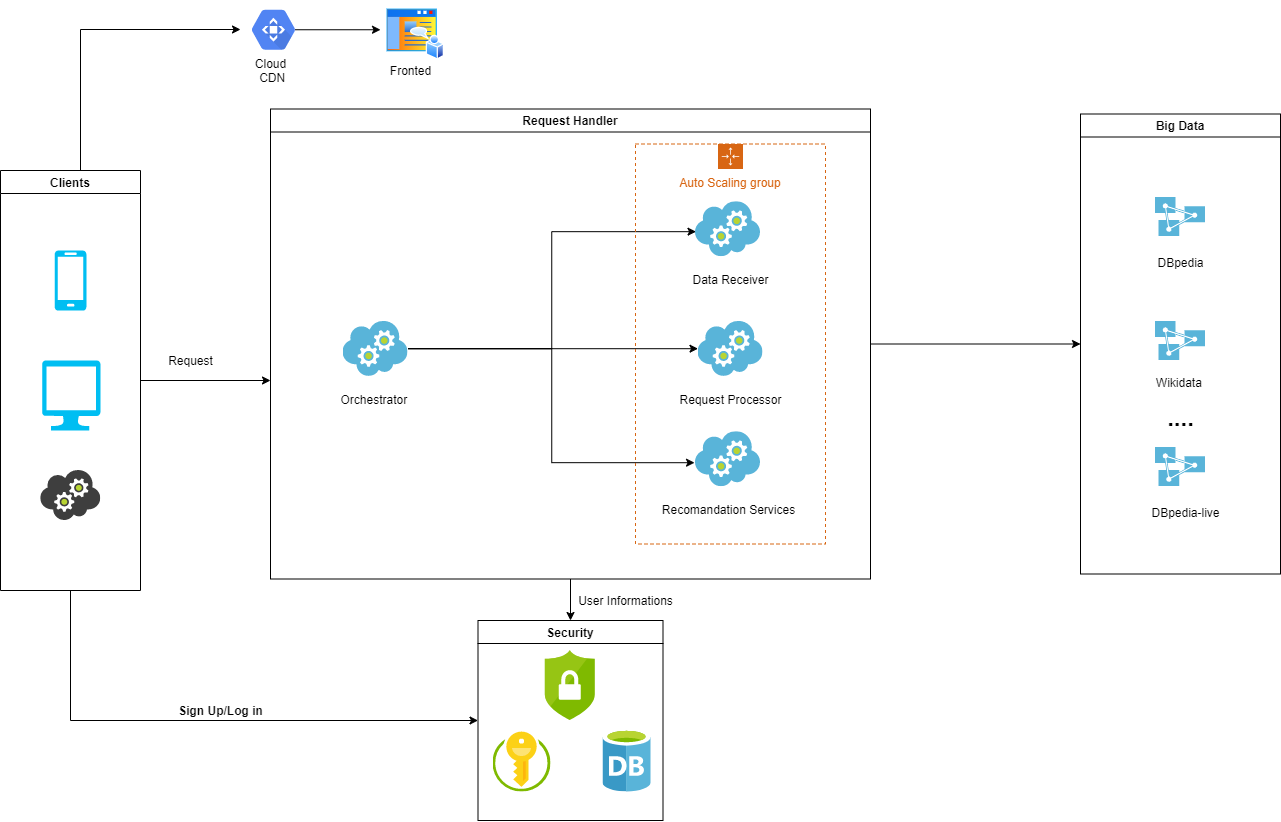
Before: docs/Diagrams/architecture_diagram.png, a diagram exported from draw.io (wad-project-amm-mt-im/BiDaR). Source tidied: cells renumbered, new cells last; positions are measured from the earlier drawing's top-left corner, leaving out a move shared by most shapes.
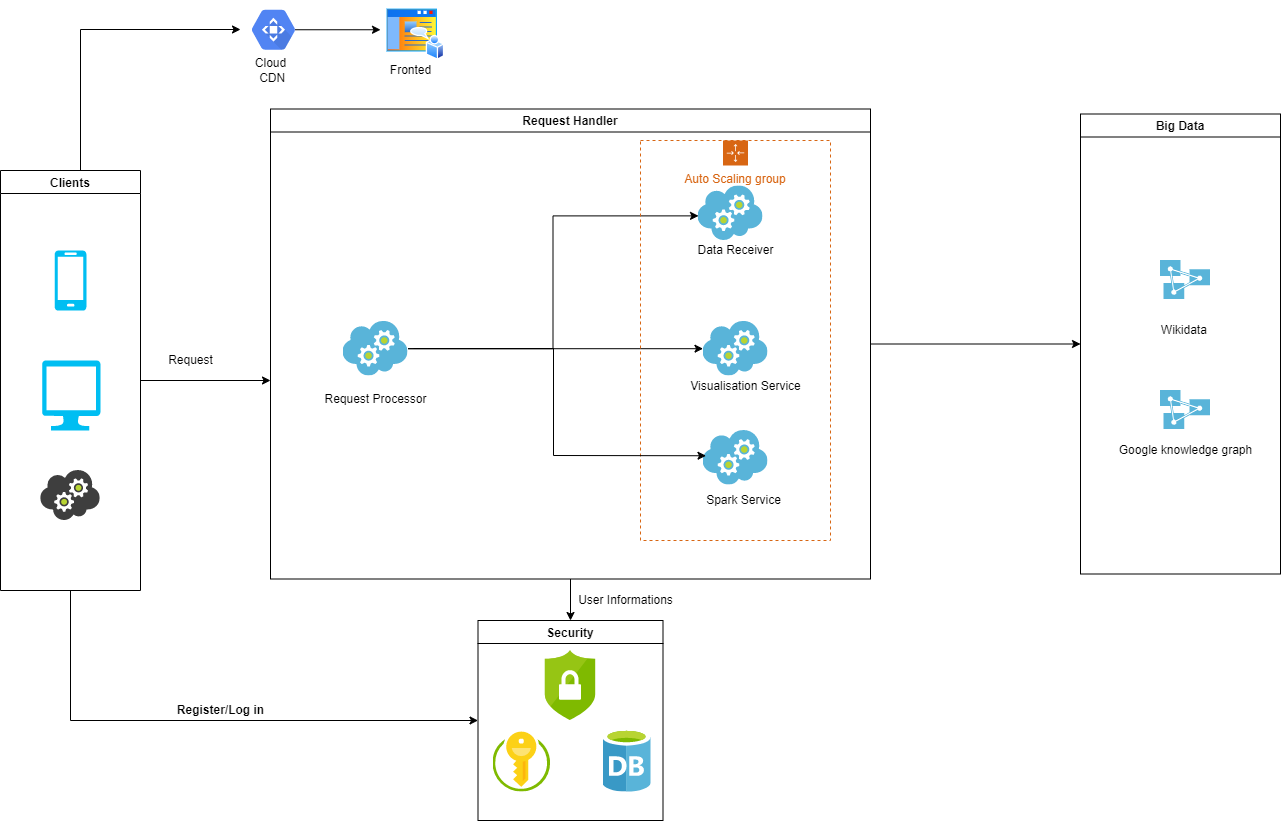
The same file after the commit.

Diff of the diagram source:
```diff
@@ -60,36 +60,33 @@
     <mxCell id="17" style="edgeStyle=orthogonalEdgeStyle;rounded=0;jettySize=auto;html=1;entryX=0.008;entryY=0.549;entryDx=0;entryDy=0;entryPerimeter=0;" parent="15" edge="1" source="19" target="21">
       <mxGeometry relative="1" as="geometry" />
     </mxCell>
-    <mxCell id="18" style="edgeStyle=orthogonalEdgeStyle;rounded=0;jettySize=auto;html=1;entryX=-0.015;entryY=0.568;entryDx=0;entryDy=0;entryPerimeter=0;" parent="15" edge="1" source="19" target="25">
-      <mxGeometry relative="1" as="geometry" />
-    </mxCell>
     <mxCell id="19" style="html=1;points=[];align=center;image;fontSize=12;image=img/lib/mscae/Cloud_Services_Classic.svg;" parent="15" vertex="1">
       <mxGeometry x="72.5" y="212.4" width="65" height="54.6" as="geometry" />
     </mxCell>
-    <mxCell id="20" value="Orchestrator&amp;nbsp;" style="text;html=1;align=center;verticalAlign=middle;" parent="15" vertex="1">
-      <mxGeometry x="60" y="280" width="90" height="20" as="geometry" />
+    <mxCell id="20" value="Request Processor" style="text;html=1;align=center;verticalAlign=middle;" parent="15" vertex="1">
+      <mxGeometry x="45" y="280" width="120" height="20" as="geometry" />
     </mxCell>
     <mxCell id="21" style="html=1;points=[];align=center;image;fontSize=12;image=img/lib/mscae/Cloud_Services_Classic.svg;" parent="15" vertex="1">
-      <mxGeometry x="425" y="92.7" width="65" height="54.6" as="geometry" />
+      <mxGeometry x="427.5" y="76.9" width="65" height="54.6" as="geometry" />
     </mxCell>
     <mxCell id="22" value="Data Receiver" style="text;html=1;align=center;verticalAlign=middle;" parent="15" vertex="1">
-      <mxGeometry x="415" y="160.3" width="90" height="20" as="geometry" />
+      <mxGeometry x="420" y="131.5" width="90" height="20" as="geometry" />
     </mxCell>
     <mxCell id="23" style="html=1;points=[];align=center;image;fontSize=12;image=img/lib/mscae/Cloud_Services_Classic.svg;" parent="15" vertex="1">
-      <mxGeometry x="427.5" y="212.4" width="65" height="54.6" as="geometry" />
+      <mxGeometry x="432.5" y="212.4" width="65" height="54.6" as="geometry" />
     </mxCell>
-    <mxCell id="24" value="Request Processor" style="text;html=1;align=center;verticalAlign=middle;" parent="15" vertex="1">
-      <mxGeometry x="400" y="280" width="120" height="20" as="geometry" />
+    <mxCell id="24" value="Spark Service" style="text;html=1;align=center;verticalAlign=middle;" parent="15" vertex="1">
+      <mxGeometry x="427.5" y="381.5" width="90" height="20" as="geometry" />
     </mxCell>
-    <mxCell id="25" style="html=1;points=[];align=center;image;fontSize=12;image=img/lib/mscae/Cloud_Services_Classic.svg;" parent="15" vertex="1">
-      <mxGeometry x="425" y="322.7" width="65" height="54.6" as="geometry" />
-    </mxCell>
-    <mxCell id="26" value="Recomandation Services" style="text;html=1;align=center;verticalAlign=middle;" parent="15" vertex="1">
-      <mxGeometry x="382.5" y="390.3" width="150" height="20" as="geometry" />
-    </mxCell>
     <mxCell id="27" value="Auto Scaling group" style="gradientColor=none;html=1;whiteSpace=wrap;fontSize=12;fontStyle=0;shape=mxgraph.aws4.groupCenter;grIcon=mxgraph.aws4.group_auto_scaling_group;grStroke=1;strokeColor=#D86613;fillColor=none;verticalAlign=top;align=center;fontColor=#D86613;dashed=1;spacingTop=25;" parent="15" vertex="1">
-      <mxGeometry x="365" y="35" width="190" height="400" as="geometry" />
+      <mxGeometry x="370" y="31.5" width="190" height="400" as="geometry" />
     </mxCell>
+    <mxCell id="44" style="html=1;align=center;image;fontSize=12;image=img/lib/mscae/Cloud_Services_Classic.svg;" parent="15" vertex="1">
+      <mxGeometry x="432.5" y="321.5" width="65" height="54.6" as="geometry" />
+    </mxCell>
+    <mxCell id="45" value="Visualisation Service" style="text;html=1;align=center;verticalAlign=middle;" parent="15" vertex="1">
+      <mxGeometry x="410" y="267" width="130" height="20" as="geometry" />
+    </mxCell>
     <mxCell id="28" style="edgeStyle=orthogonalEdgeStyle;rounded=0;jettySize=auto;html=1;exitX=0.825;exitY=0.5;exitDx=0;exitDy=0;exitPerimeter=0;" parent="1" edge="1" source="29">
       <mxGeometry relative="1" as="geometry">
         <mxPoint x="380" y="29.2" as="targetPoint" />
@@ -104,7 +101,7 @@
     <mxCell id="31" style="perimeter=ellipsePerimeter;html=1;align=center;shadow=0;dashed=0;spacingTop=3;image;image=img/lib/active_directory/home_page.svg;" parent="1" vertex="1">
       <mxGeometry x="385" y="6.8" width="59.2" height="53.2" as="geometry" />
     </mxCell>
-    <mxCell id="32" value="&lt;b&gt;Sign Up/Log in&lt;/b&gt;" style="text;html=1;align=center;verticalAlign=middle;" parent="1" vertex="1">
+    <mxCell id="32" value="&lt;b&gt;Register/Log in&lt;/b&gt;" style="text;html=1;align=center;verticalAlign=middle;" parent="1" vertex="1">
       <mxGeometry x="170" y="700" width="100" height="20" as="geometry" />
     </mxCell>
     <mxCell id="33" value="Request" style="text;html=1;align=center;verticalAlign=middle;" parent="1" vertex="1">
@@ -114,31 +111,32 @@
       <mxGeometry x="1080" y="113.5" width="200" height="460" as="geometry" />
     </mxCell>
     <mxCell id="35" style="html=1;align=center;image;fontSize=12;image=img/lib/mscae/Analysis_Services.svg;" parent="34" vertex="1">
-      <mxGeometry x="75" y="83.5" width="50" height="39" as="geometry" />
+      <mxGeometry x="80" y="276.5" width="50" height="39" as="geometry" />
     </mxCell>
     <mxCell id="36" style="html=1;align=center;image;fontSize=12;image=img/lib/mscae/Analysis_Services.svg;" parent="34" vertex="1">
-      <mxGeometry x="75" y="207.5" width="50" height="39" as="geometry" />
+      <mxGeometry x="80" y="146.5" width="50" height="39" as="geometry" />
     </mxCell>
-    <mxCell id="37" style="html=1;align=center;image;fontSize=12;image=img/lib/mscae/Analysis_Services.svg;" parent="34" vertex="1">
-      <mxGeometry x="75" y="333.5" width="50" height="39" as="geometry" />
-    </mxCell>
-    <mxCell id="38" value="&lt;b&gt;&lt;font style=&quot;font-size: 24px&quot;&gt;....&lt;/font&gt;&lt;/b&gt;" style="text;html=1;align=center;verticalAlign=middle;" parent="34" vertex="1">
-      <mxGeometry x="80" y="293.5" width="40" height="20" as="geometry" />
-    </mxCell>
-    <mxCell id="39" value="DBpedia" style="text;html=1;align=center;verticalAlign=middle;" parent="34" vertex="1">
-      <mxGeometry x="70" y="138" width="60" height="20" as="geometry" />
+    <mxCell id="39" value="Google knowledge graph" style="text;html=1;align=center;verticalAlign=middle;" parent="34" vertex="1">
+      <mxGeometry x="30" y="326.5" width="150" height="20" as="geometry" />
     </mxCell>
     <mxCell id="40" value="Wikidata&amp;nbsp;" style="text;html=1;align=center;verticalAlign=middle;" parent="34" vertex="1">
-      <mxGeometry x="70" y="258" width="60" height="20" as="geometry" />
+      <mxGeometry x="75" y="206.5" width="60" height="20" as="geometry" />
     </mxCell>
-    <mxCell id="41" value="DBpedia-live" style="text;html=1;align=center;verticalAlign=middle;" parent="34" vertex="1">
-      <mxGeometry x="65" y="388" width="80" height="20" as="geometry" />
-    </mxCell>
     <mxCell id="42" value="User Informations" style="text;html=1;align=center;verticalAlign=middle;" parent="1" vertex="1">
       <mxGeometry x="570" y="590" width="110" height="20" as="geometry" />
     </mxCell>
     <mxCell id="43" value="Cloud&lt;br&gt;&amp;nbsp;CDN" style="text;html=1;align=center;verticalAlign=middle;" parent="1" vertex="1">
       <mxGeometry x="245" y="55" width="50" height="30" as="geometry" />
     </mxCell>
+    <mxCell id="46" style="endArrow=classic;html=1;rounded=0;" parent="1" edge="1">
+      <mxGeometry relative="1" as="geometry">
+        <mxPoint x="413" y="348" as="sourcePoint" />
+        <mxPoint x="705.5" y="455.2" as="targetPoint" />
+        <Array as="points">
+          <mxPoint x="553" y="348" />
+          <mxPoint x="553" y="455" />
+        </Array>
+      </mxGeometry>
+    </mxCell>
   </root>
 </mxGraphModel>
```
